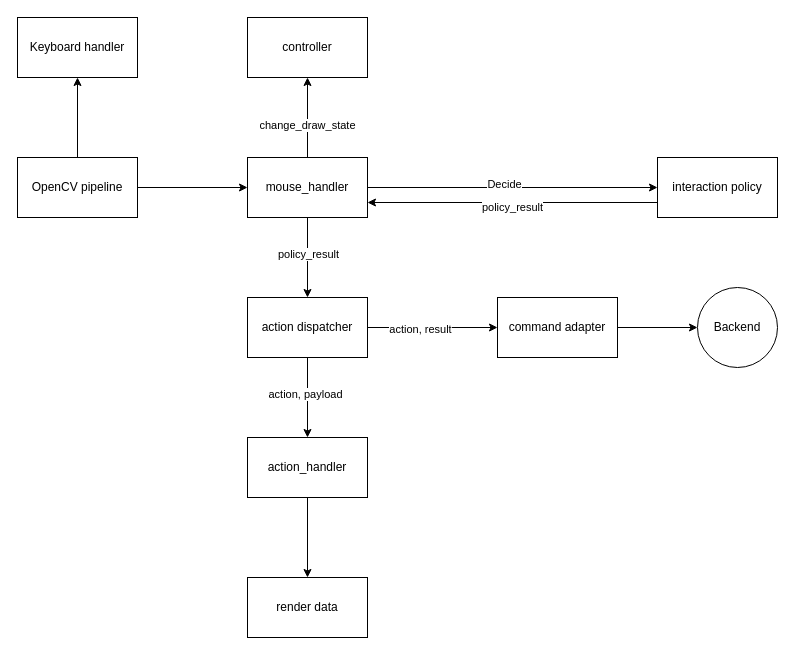
This is annotation_transition/renderer/diagram.drawio from alecremer/Darkroom-CV, a draw.io file, before an edit. Source tidied: cells renumbered, new cells numbered last; positions are measured from the earlier drawing's top-left corner, leaving out a move shared by most shapes. Both pictures are drawn from the tidied source at 100%, with x=0, y=0 at pixel (17, 17).
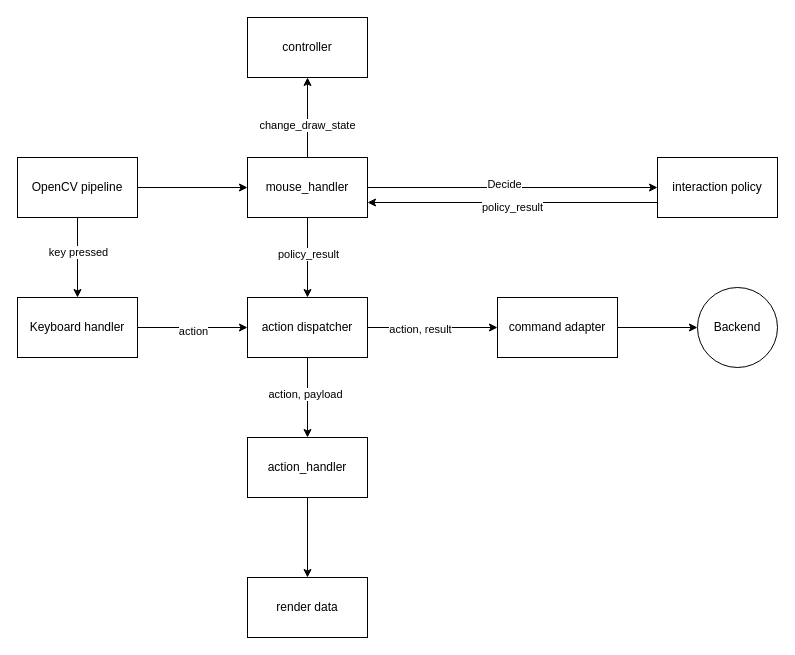
The same diagram, later.

Commit message (it also covers changes not shown here):
refactor: keyboard handler using action dispatcher

The change refers to these unchanged cells:
```xml
<mxCell id="20" value="action dispatcher" style="whiteSpace=wrap;html=1;" parent="1" vertex="1">
  <mxGeometry x="230" y="280" width="120" height="60" as="geometry" />
</mxCell>
<mxCell id="25" style="edgeStyle=none;html=1;" parent="1" edge="1" source="26" target="27">
  <mxGeometry relative="1" as="geometry" />
</mxCell>
```

Change to the diagram source:
```diff
@@
+    <mxCell id="28" value="key pressed" style="edgeLabel;html=1;align=center;verticalAlign=middle;" parent="25" vertex="1">
+      <mxGeometry x="-0.15" relative="1" as="geometry" />
+    </mxCell>
@@
+    <mxCell id="29" style="edgeStyle=none;html=1;" parent="1" edge="1" source="27" target="20">
+      <mxGeometry relative="1" as="geometry" />
+    </mxCell>
+    <mxCell id="30" value="action" style="edgeLabel;html=1;align=center;verticalAlign=middle;" parent="29" vertex="1">
+      <mxGeometry y="-3" relative="1" as="geometry" />
+    </mxCell>
     <mxCell id="27" value="Keyboard handler" style="whiteSpace=wrap;html=1;" parent="1" vertex="1">
-      <mxGeometry width="120" height="60" as="geometry" />
+      <mxGeometry y="280" width="120" height="60" as="geometry" />
     </mxCell>
```
